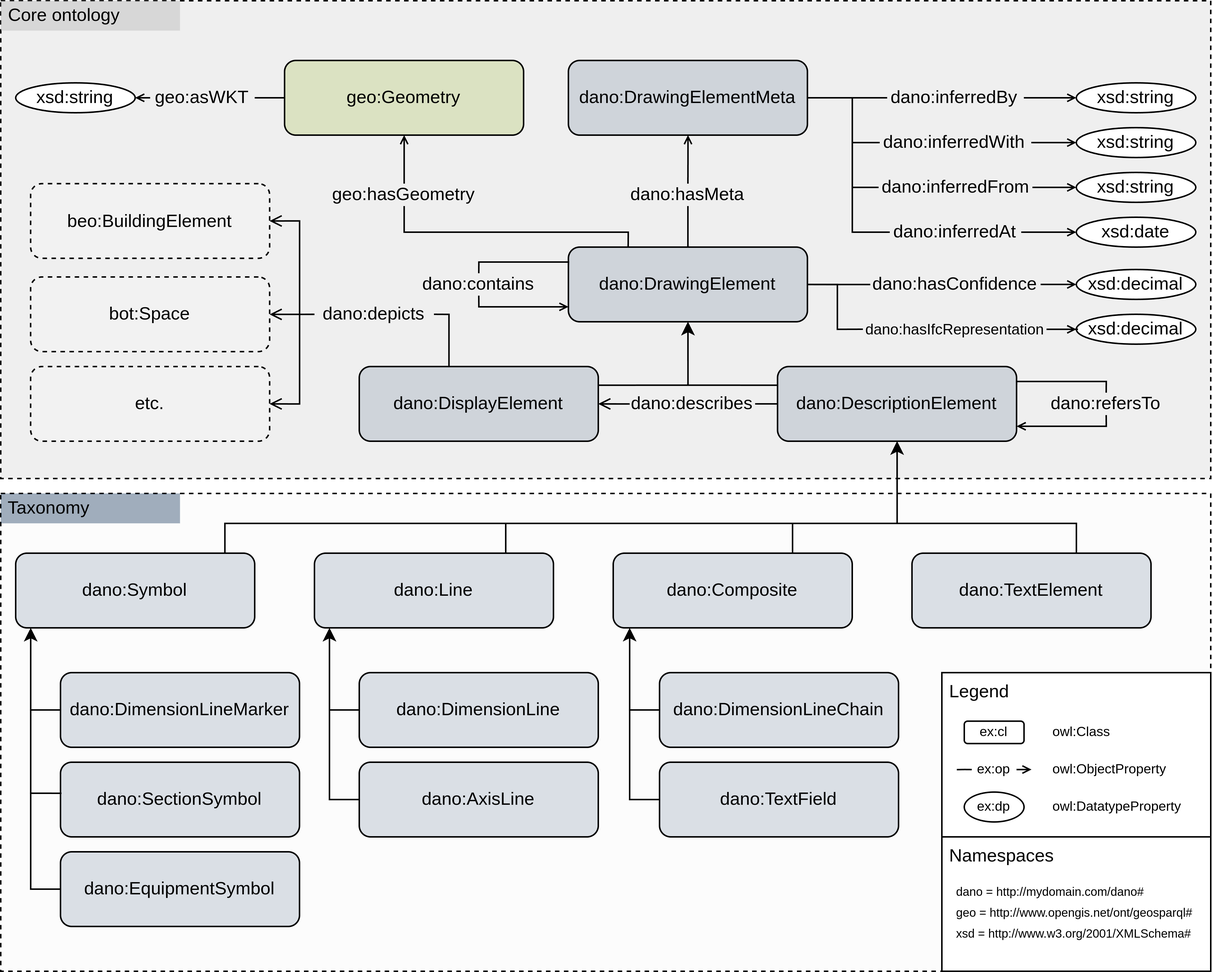
Before: dano.png, a diagram exported from draw.io (RUB-Informatik-im-Bauwesen/dano). Source tidied: cells renumbered, new cells last; positions are measured from the earlier drawing's top-left corner, leaving out a move shared by most shapes.
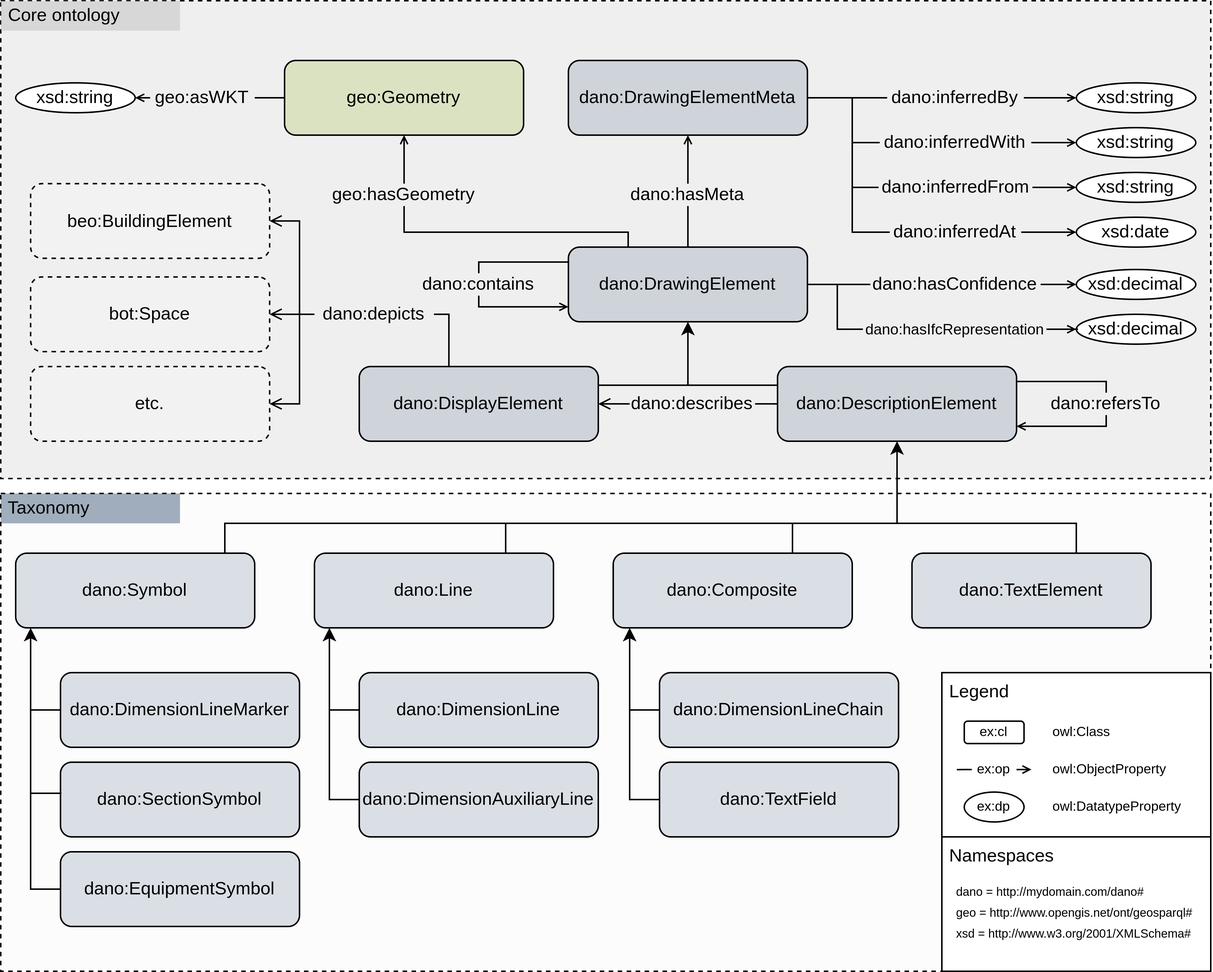
Later version of the same file.

What changed in the source:
```diff
@@ -393,7 +393,7 @@
     <mxCell id="92" value="dano:EquipmentSymbol" style="rounded=1;whiteSpace=wrap;html=1;flipH=1;fillColor=#17365C;fillOpacity=15;" parent="1" vertex="1">
       <mxGeometry x="40" y="570" width="160" height="50" as="geometry" />
     </mxCell>
-    <mxCell id="93" value="dano:AxisLine" style="rounded=1;whiteSpace=wrap;html=1;flipH=1;fillColor=#17365C;fillOpacity=15;" parent="1" vertex="1">
+    <mxCell id="93" value="dano:DimensionAuxiliaryLine" style="rounded=1;whiteSpace=wrap;html=1;flipH=1;fillColor=#17365C;fillOpacity=15;" parent="1" vertex="1">
       <mxGeometry x="240" y="510" width="160" height="50" as="geometry" />
     </mxCell>
     <mxCell id="94" value="dano:TextField" style="rounded=1;whiteSpace=wrap;html=1;flipH=1;fillColor=#17365C;fillOpacity=15;" parent="1" vertex="1">
```
